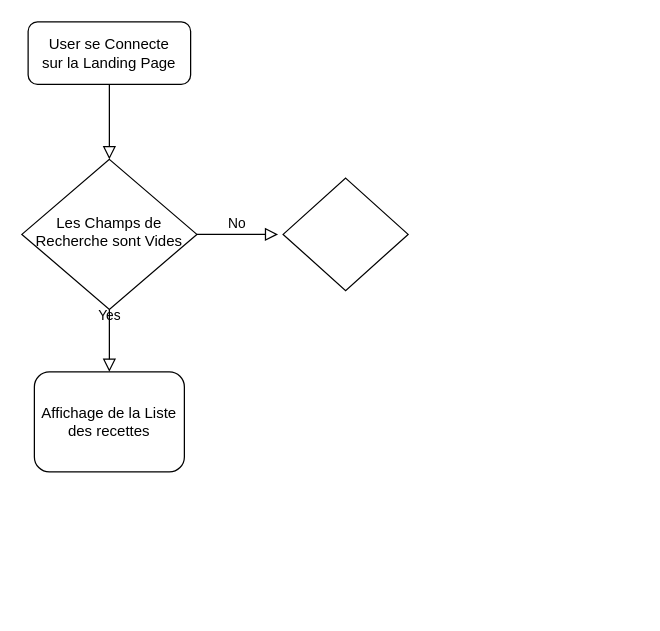
Before: docs/Untitled Diagram.drawio in oleeefr/P11-front-end-search-engine, a draw.io diagram. Source tidied: cells renumbered, new cells numbered last; positions are measured from the earlier drawing's top-left corner, leaving out a move shared by most shapes. Both pictures are drawn from the tidied source at 125%, with x=0, y=0 at pixel (21, 21).
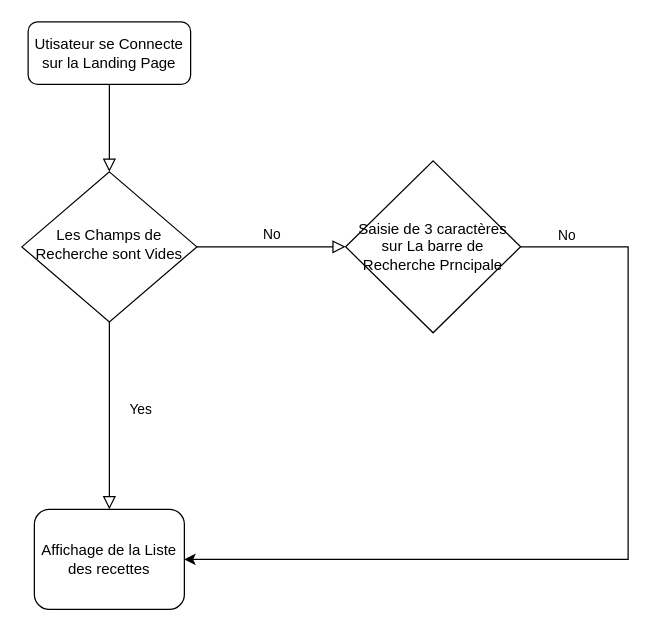
After the change.

Diff of the diagram source:
```diff
@@
 <mxGraphModel>
   <root>
     <mxCell id="0" />
     <mxCell id="1" parent="0" />
     <mxCell id="2" style="rounded=0;html=1;jettySize=auto;fontSize=11;endArrow=block;endFill=0;endSize=8;strokeWidth=1;shadow=0;labelBackgroundColor=none;edgeStyle=orthogonalEdgeStyle;" parent="1" edge="1" source="3" target="6">
       <mxGeometry relative="1" as="geometry" />
     </mxCell>
-    <mxCell id="3" value="User se Connecte&lt;br&gt;sur la Landing Page" style="rounded=1;whiteSpace=wrap;html=1;fontSize=12;glass=0;strokeWidth=1;shadow=0;" parent="1" vertex="1">
+    <mxCell id="3" value="Utisateur se Connecte&lt;br&gt;sur la Landing Page" style="rounded=1;whiteSpace=wrap;html=1;fontSize=12;glass=0;strokeWidth=1;shadow=0;" parent="1" vertex="1">
       <mxGeometry x="5" width="130" height="50" as="geometry" />
     </mxCell>
-    <mxCell id="4" value="Yes" style="rounded=0;html=1;jettySize=auto;fontSize=11;endArrow=block;endFill=0;endSize=8;strokeWidth=1;shadow=0;labelBackgroundColor=none;edgeStyle=orthogonalEdgeStyle;" parent="1" edge="1" source="6">
-      <mxGeometry y="20" relative="1" as="geometry">
-        <mxPoint x="70" y="280" as="targetPoint" />
-      </mxGeometry>
-    </mxCell>
-    <mxCell id="5" value="No" style="edgeStyle=orthogonalEdgeStyle;rounded=0;html=1;jettySize=auto;fontSize=11;endArrow=block;endFill=0;endSize=8;strokeWidth=1;shadow=0;labelBackgroundColor=none;" parent="1" edge="1" source="6">
-      <mxGeometry y="10" relative="1" as="geometry">
-        <mxPoint x="205" y="170" as="targetPoint" />
-      </mxGeometry>
+    <mxCell id="5" value="No" style="edgeStyle=orthogonalEdgeStyle;rounded=0;html=1;jettySize=auto;fontSize=11;endArrow=block;endFill=0;endSize=8;strokeWidth=1;shadow=0;labelBackgroundColor=none;entryX=0;entryY=0.5;entryDx=0;entryDy=0;" parent="1" edge="1" source="6" target="8">
+      <mxGeometry y="10" relative="1" as="geometry" />
     </mxCell>
     <mxCell id="6" value="Les Champs de Recherche sont Vides" style="rhombus;whiteSpace=wrap;html=1;shadow=0;fontFamily=Helvetica;fontSize=12;align=center;strokeWidth=1;spacing=6;spacingTop=-4;" parent="1" vertex="1">
-      <mxGeometry y="110" width="140" height="120" as="geometry" />
+      <mxGeometry y="120" width="140" height="120" as="geometry" />
     </mxCell>
-    <mxCell id="7" style="group;" parent="1" vertex="1">
-      <mxGeometry x="209" y="125" width="100" height="90" as="geometry" />
-    </mxCell>
+    <mxCell id="10" style="group;" parent="1" vertex="1">
+      <mxGeometry x="10" y="390" width="120" height="80" as="geometry" />
+    </mxCell>
+    <mxCell id="9" value="Affichage de la Liste des recettes" style="rounded=1;whiteSpace=wrap;html=1;" parent="10" vertex="1">
+      <mxGeometry width="120" height="80" as="geometry" />
+    </mxCell>
-    <mxCell id="8" style="rhombus;whiteSpace=wrap;html=1;" parent="7" vertex="1">
-      <mxGeometry width="100" height="90" as="geometry" />
+    <mxCell id="8" value="Saisie de 3 caractères sur La barre de Recherche Prncipale" style="rhombus;whiteSpace=wrap;html=1;" parent="1" vertex="1">
+      <mxGeometry x="259" y="111.2" width="140" height="137.5" as="geometry" />
     </mxCell>
-    <mxCell id="9" value="Affichage de la Liste des recettes" style="rounded=1;whiteSpace=wrap;html=1;" parent="1" vertex="1">
-      <mxGeometry x="10" y="280" width="120" height="80" as="geometry" />
-    </mxCell>
+    <mxCell id="4" value="Yes" style="rounded=0;html=1;jettySize=auto;fontSize=11;endArrow=block;endFill=0;endSize=8;strokeWidth=1;shadow=0;labelBackgroundColor=none;edgeStyle=orthogonalEdgeStyle;entryX=0.5;entryY=0;entryDx=0;entryDy=0;" parent="1" edge="1" source="6" target="9">
+      <mxGeometry x="-0.07" y="25" relative="1" as="geometry" />
+    </mxCell>
+    <mxCell id="11" style="endArrow=classic;html=1;rounded=0;entryX=1;entryY=0.5;entryDx=0;entryDy=0;exitX=1;exitY=0.5;exitDx=0;exitDy=0;" parent="1" edge="1" source="8" target="9">
+      <mxGeometry relative="1" as="geometry">
+        <Array as="points">
+          <mxPoint x="485" y="180" />
+          <mxPoint x="485" y="430" />
+          <mxPoint x="325" y="430" />
+        </Array>
+      </mxGeometry>
+    </mxCell>
+    <mxCell id="12" value="No&lt;br&gt;" style="edgeLabel;html=1;align=center;verticalAlign=middle;" parent="11" vertex="1">
+      <mxGeometry x="-0.56" relative="1" as="geometry">
+        <mxPoint x="-50" y="-75" as="offset" />
+      </mxGeometry>
+    </mxCell>
   </root>
 </mxGraphModel>
```
